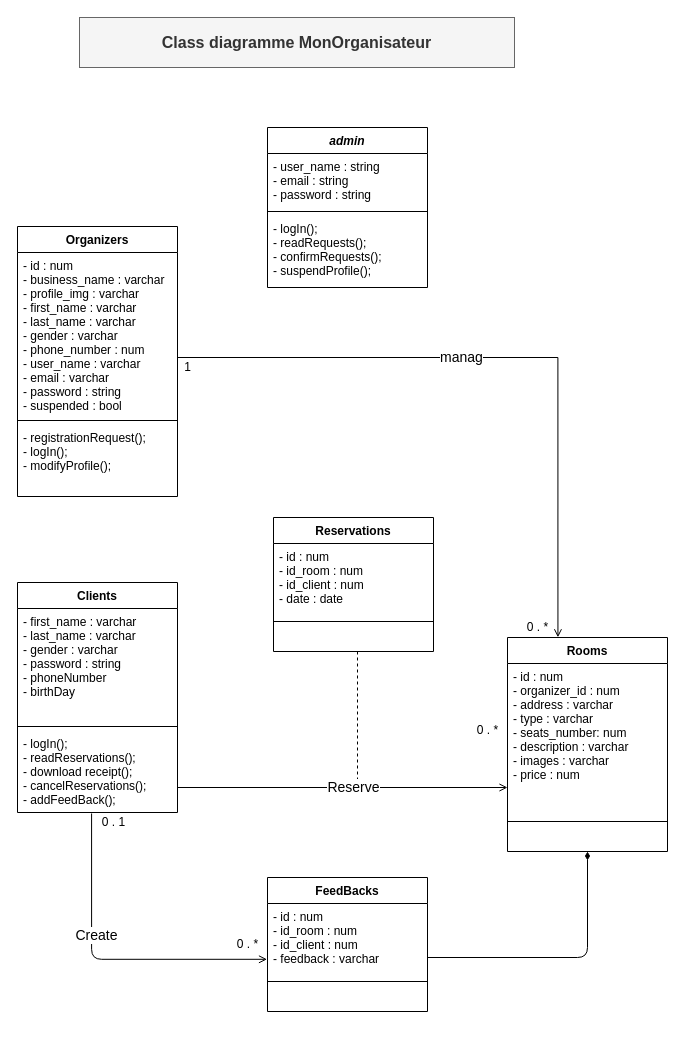
daalimouhcine/Mon_Organisateur keeps this draw.io diagram as UML/diagram-class.drawio. Above is the earlier version. Source tidied: cells renumbered, new cells numbered last; positions are measured from the earlier drawing's top-left corner, leaving out a move shared by most shapes. Both pictures are drawn from the tidied source at 100%, with x=0, y=0 at pixel (17, 17).
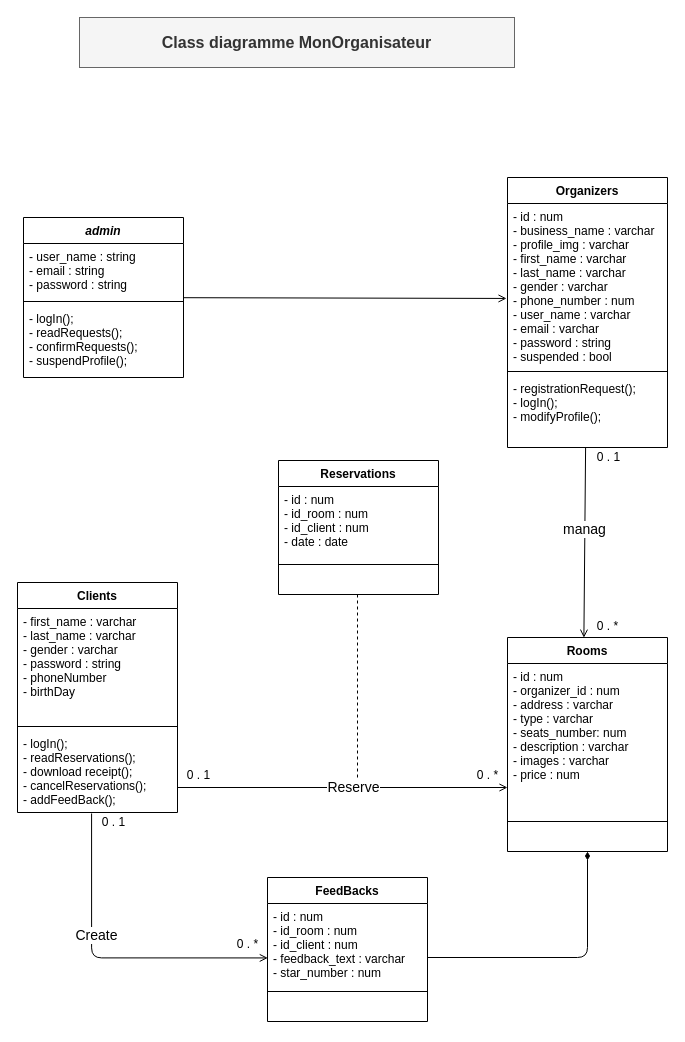
Above is the later version.

Commit message:
organize the classes

Unchanged cells that the change refers to:
```xml
<mxCell id="9" value="- logIn();&#10;- readReservations();&#10;- download receipt();&#10;- cancelReservations();&#10;- addFeedBack();" style="text;align=left;verticalAlign=top;spacingLeft=4;spacingRight=4;overflow=hidden;points=[[0,0.5],[1,0.5]];portConstraint=eastwest;" parent="6" vertex="1">
  <mxGeometry y="148" width="160" height="82" as="geometry" />
</mxCell>
<mxCell id="15" value="- id : num&#10;- business_name : varchar&#10;- profile_img : varchar&#10;- first_name : varchar&#10;- last_name : varchar&#10;- gender : varchar&#10;- phone_number : num&#10;- user_name : varchar&#10;- email : varchar&#10;- password : string&#10;- suspended : bool&#10;" style="text;align=left;verticalAlign=top;spacingLeft=4;spacingRight=4;overflow=hidden;points=[[0,0.5],[1,0.5]];portConstraint=eastwest;" parent="14" vertex="1">
  <mxGeometry y="26" width="160" height="164" as="geometry" />
</mxCell>
```

What changed in the source:
```diff
@@
+    <mxCell id="37" style="edgeStyle=none;html=1;entryX=-0.006;entryY=0.579;entryDx=0;entryDy=0;entryPerimeter=0;fontSize=14;endArrow=open;endFill=0;" parent="1" edge="1" source="2" target="15">
+      <mxGeometry relative="1" as="geometry" />
+    </mxCell>
     <mxCell id="2" value="admin" style="swimlane;fontStyle=3;align=center;verticalAlign=top;horizontal=1;startSize=26;rounded=0;shadow=0;strokeWidth=1;" parent="1" vertex="1">
-      <mxGeometry x="250" y="110" width="160" height="160" as="geometry" />
+      <mxGeometry x="6" y="200" width="160" height="160" as="geometry" />
     </mxCell>
@@
-    <mxCell id="13" value="&lt;font style=&quot;font-size: 14px&quot;&gt;manag&lt;/font&gt;" style="edgeStyle=orthogonalEdgeStyle;rounded=0;jettySize=auto;html=1;entryX=1.011;entryY=0.991;entryDx=0;entryDy=0;endArrow=open;endFill=0;entryPerimeter=0;" parent="1" edge="1" source="14" target="26">
+    <mxCell id="13" value="&lt;font style=&quot;font-size: 14px&quot;&gt;manag&lt;/font&gt;" style="rounded=0;orthogonalLoop=1;jettySize=auto;html=1;entryX=0.309;entryY=0.001;entryDx=0;entryDy=0;endArrow=open;endFill=0;entryPerimeter=0;exitX=0.153;exitY=-0.001;exitDx=0;exitDy=0;exitPerimeter=0;" parent="1" edge="1">
       <mxGeometry x="-0.14" relative="1" as="geometry">
-        <Array as="points">
-          <mxPoint x="540" y="340" />
-        </Array>
+        <mxPoint x="568.1" y="430" as="sourcePoint" />
+        <mxPoint x="566.4" y="620.2" as="targetPoint" />
       </mxGeometry>
     </mxCell>
     <mxCell id="14" value="Organizers" style="swimlane;fontStyle=1;align=center;verticalAlign=top;horizontal=1;startSize=26;rounded=0;shadow=0;strokeWidth=1;" parent="1" vertex="1">
-      <mxGeometry y="209" width="160" height="270" as="geometry" />
+      <mxGeometry x="490" y="160" width="160" height="270" as="geometry" />
     </mxCell>
@@
-    <mxCell id="18" value="1" style="text;html=1;align=center;verticalAlign=middle;strokeColor=none;fillColor=none;" parent="1" vertex="1">
-      <mxGeometry x="160" y="340" width="20" height="20" as="geometry" />
+    <mxCell id="18" value="0 . 1" style="text;html=1;align=center;verticalAlign=middle;strokeColor=none;fillColor=none;" parent="1" vertex="1">
+      <mxGeometry x="571" y="430" width="40" height="20" as="geometry" />
     </mxCell>
@@
     <mxCell id="20" value="Reservations" style="swimlane;fontStyle=1;align=center;verticalAlign=top;horizontal=1;startSize=26;" parent="1" vertex="1">
-      <mxGeometry x="256" y="500" width="160" height="134" as="geometry" />
+      <mxGeometry x="261" y="443" width="160" height="134" as="geometry" />
     </mxCell>
@@
     <mxCell id="25" value="0 . *" style="text;html=1;align=center;verticalAlign=middle;strokeColor=none;fillColor=none;" parent="1" vertex="1">
-      <mxGeometry x="450" y="702.5" width="40" height="20" as="geometry" />
+      <mxGeometry x="450" y="748" width="40" height="20" as="geometry" />
     </mxCell>
     <mxCell id="26" value="0 . *" style="text;html=1;align=center;verticalAlign=middle;points=[];strokeColor=none;fillColor=none;" parent="1" vertex="1">
-      <mxGeometry x="500" y="600" width="40" height="20" as="geometry" />
+      <mxGeometry x="570" y="599" width="40" height="20" as="geometry" />
     </mxCell>
@@
     <mxCell id="28" value="FeedBacks" style="swimlane;fontStyle=1;align=center;verticalAlign=top;horizontal=1;startSize=26;" parent="1" vertex="1">
-      <mxGeometry x="250" y="860" width="160" height="134" as="geometry" />
+      <mxGeometry x="250" y="860" width="160" height="144" as="geometry" />
     </mxCell>
-    <mxCell id="29" value="- id : num&#10;- id_room : num&#10;- id_client : num&#10;- feedback : varchar" style="text;strokeColor=none;fillColor=none;align=left;verticalAlign=top;spacingLeft=4;spacingRight=4;overflow=hidden;points=[[0,0.5],[1,0.5]];portConstraint=eastwest;" parent="28" vertex="1">
-      <mxGeometry y="26" width="160" height="74" as="geometry" />
+    <mxCell id="29" value="- id : num&#10;- id_room : num&#10;- id_client : num&#10;- feedback_text : varchar&#10;- star_number : num" style="text;strokeColor=none;fillColor=none;align=left;verticalAlign=top;spacingLeft=4;spacingRight=4;overflow=hidden;points=[[0,0.5],[1,0.5]];portConstraint=eastwest;" parent="28" vertex="1">
+      <mxGeometry y="26" width="160" height="84" as="geometry" />
     </mxCell>
     <mxCell id="30" style="line;strokeWidth=1;fillColor=none;align=left;verticalAlign=middle;spacingTop=-1;spacingLeft=3;spacingRight=3;labelPosition=right;" parent="28" vertex="1">
-      <mxGeometry y="100" width="160" height="8" as="geometry" />
+      <mxGeometry y="110" width="160" height="8" as="geometry" />
     </mxCell>
     <mxCell id="31" value="  " style="text;strokeColor=none;fillColor=none;align=left;verticalAlign=top;spacingLeft=4;spacingRight=4;overflow=hidden;" parent="28" vertex="1">
-      <mxGeometry y="108" width="160" height="26" as="geometry" />
+      <mxGeometry y="118" width="160" height="26" as="geometry" />
     </mxCell>
-    <mxCell id="32" style="edgeStyle=orthogonalEdgeStyle;html=1;entryX=-0.003;entryY=0.754;entryDx=0;entryDy=0;entryPerimeter=0;exitX=0.463;exitY=1.012;exitDx=0;exitDy=0;exitPerimeter=0;endArrow=open;endFill=0;" parent="1" edge="1" source="9" target="29">
+    <mxCell id="32" style="edgeStyle=orthogonalEdgeStyle;html=1;entryX=0.002;entryY=0.648;entryDx=0;entryDy=0;entryPerimeter=0;exitX=0.463;exitY=1.012;exitDx=0;exitDy=0;exitPerimeter=0;endArrow=open;endFill=0;" parent="1" edge="1" source="9" target="29">
       <mxGeometry relative="1" as="geometry" />
     </mxCell>
@@
+    <mxCell id="38" value="0 . 1" style="text;html=1;align=center;verticalAlign=middle;strokeColor=none;fillColor=none;" parent="1" vertex="1">
+      <mxGeometry x="161" y="748" width="40" height="20" as="geometry" />
+    </mxCell>
```
